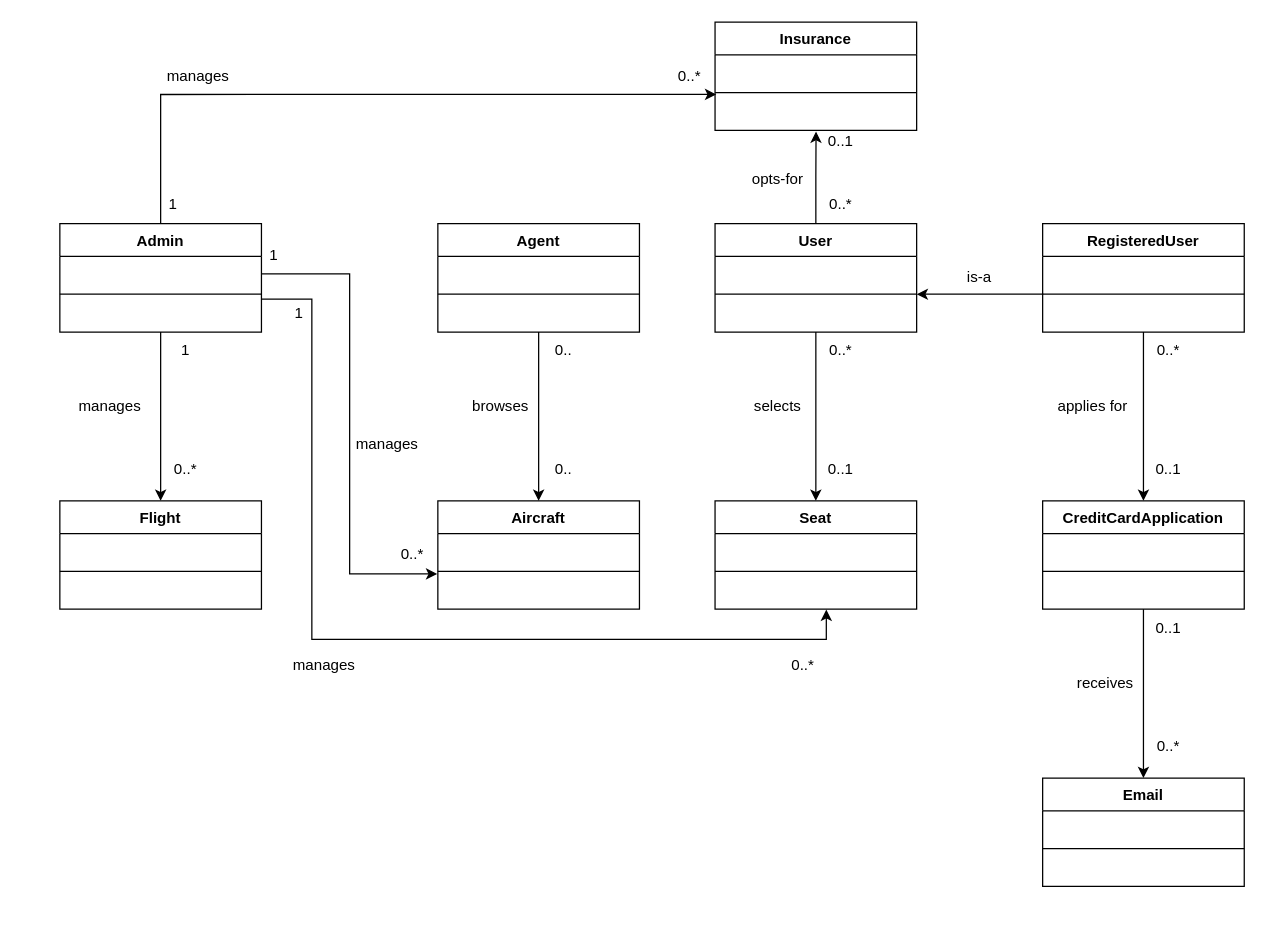
This is docs/SystemConceptualModel.drawio from Not-Nimna/flight_reservation, a draw.io file, before an edit. Source tidied: cells renumbered, new cells numbered last; positions are measured from the earlier drawing's top-left corner, leaving out a move shared by most shapes. Both pictures are drawn from the tidied source at 126%, with x=0, y=0 at pixel (59, 21).
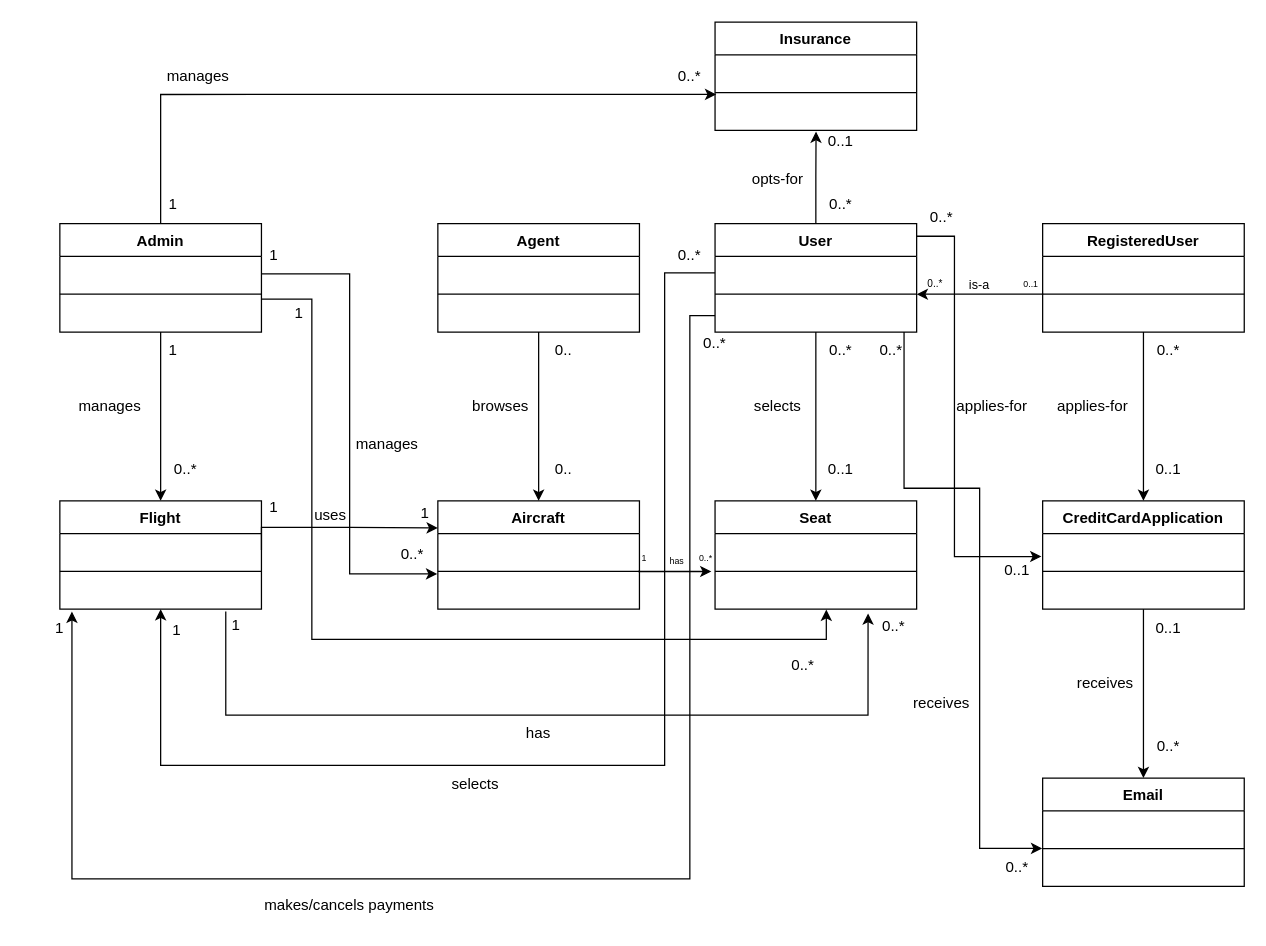
Above is the later version.

Unchanged cells that the change refers to:
```xml
<mxCell id="13" value="User" style="swimlane;fontStyle=1;align=center;verticalAlign=top;horizontal=1;startSize=26;whiteSpace=wrap;html=1;" parent="1" vertex="1">
  <mxGeometry x="520" y="160" width="160" height="86" as="geometry" />
</mxCell>
<mxCell id="14" value="&amp;nbsp;" style="text;strokeColor=none;fillColor=none;align=left;verticalAlign=top;spacingLeft=4;spacingRight=4;overflow=hidden;points=[[0,0.5],[1,0.5]];portConstraint=eastwest;whiteSpace=wrap;html=1;" parent="13" vertex="1">
  <mxGeometry y="26" width="160" height="26" as="geometry" />
</mxCell>
<mxCell id="16" value="&amp;nbsp;" style="text;strokeColor=none;fillColor=none;align=left;verticalAlign=top;spacingLeft=4;spacingRight=4;overflow=hidden;points=[[0,0.5],[1,0.5]];portConstraint=eastwest;whiteSpace=wrap;html=1;" parent="13" vertex="1">
  <mxGeometry y="60" width="160" height="26" as="geometry" />
</mxCell>
<mxCell id="21" value="Flight" style="swimlane;fontStyle=1;align=center;verticalAlign=top;horizontal=1;startSize=26;whiteSpace=wrap;html=1;" parent="1" vertex="1">
  <mxGeometry y="380" width="160" height="86" as="geometry" />
</mxCell>
<mxCell id="22" value="&amp;nbsp;" style="text;strokeColor=none;fillColor=none;align=left;verticalAlign=top;spacingLeft=4;spacingRight=4;overflow=hidden;points=[[0,0.5],[1,0.5]];portConstraint=eastwest;whiteSpace=wrap;html=1;" parent="21" vertex="1">
  <mxGeometry y="26" width="160" height="26" as="geometry" />
</mxCell>
<mxCell id="24" value="&amp;nbsp;" style="text;strokeColor=none;fillColor=none;align=left;verticalAlign=top;spacingLeft=4;spacingRight=4;overflow=hidden;points=[[0,0.5],[1,0.5]];portConstraint=eastwest;whiteSpace=wrap;html=1;" parent="21" vertex="1">
  <mxGeometry y="60" width="160" height="26" as="geometry" />
</mxCell>
<mxCell id="25" value="Aircraft" style="swimlane;fontStyle=1;align=center;verticalAlign=top;horizontal=1;startSize=26;whiteSpace=wrap;html=1;" parent="1" vertex="1">
  <mxGeometry x="300" y="380" width="160" height="86" as="geometry" />
</mxCell>
<mxCell id="28" value="&amp;nbsp;" style="text;strokeColor=none;fillColor=none;align=left;verticalAlign=top;spacingLeft=4;spacingRight=4;overflow=hidden;points=[[0,0.5],[1,0.5]];portConstraint=eastwest;whiteSpace=wrap;html=1;" parent="25" vertex="1">
  <mxGeometry y="60" width="160" height="26" as="geometry" />
</mxCell>
<mxCell id="32" value="&amp;nbsp;" style="text;strokeColor=none;fillColor=none;align=left;verticalAlign=top;spacingLeft=4;spacingRight=4;overflow=hidden;points=[[0,0.5],[1,0.5]];portConstraint=eastwest;whiteSpace=wrap;html=1;" parent="29" vertex="1">
  <mxGeometry y="60" width="160" height="26" as="geometry" />
</mxCell>
<mxCell id="34" value="&amp;nbsp;" style="text;strokeColor=none;fillColor=none;align=left;verticalAlign=top;spacingLeft=4;spacingRight=4;overflow=hidden;points=[[0,0.5],[1,0.5]];portConstraint=eastwest;whiteSpace=wrap;html=1;" parent="33" vertex="1">
  <mxGeometry y="26" width="160" height="26" as="geometry" />
</mxCell>
<mxCell id="59" value="&amp;nbsp;" style="text;strokeColor=none;fillColor=none;align=left;verticalAlign=top;spacingLeft=4;spacingRight=4;overflow=hidden;points=[[0,0.5],[1,0.5]];portConstraint=eastwest;whiteSpace=wrap;html=1;" parent="56" vertex="1">
  <mxGeometry y="60" width="160" height="26" as="geometry" />
</mxCell>
```

The edit, as a diff of the source:
```diff
@@
+    <mxCell id="80" style="edgeStyle=orthogonalEdgeStyle;rounded=0;jettySize=auto;html=1;entryX=-0.006;entryY=0.7;entryDx=0;entryDy=0;entryPerimeter=0;" parent="1" edge="1" source="13" target="34">
+      <mxGeometry relative="1" as="geometry">
+        <Array as="points">
+          <mxPoint x="710" y="170" />
+          <mxPoint x="710" y="424" />
+        </Array>
+      </mxGeometry>
+    </mxCell>
+    <mxCell id="81" style="edgeStyle=orthogonalEdgeStyle;rounded=0;jettySize=auto;html=1;entryX=-0.002;entryY=-0.16;entryDx=0;entryDy=0;entryPerimeter=0;" parent="1" edge="1" source="13" target="59">
+      <mxGeometry relative="1" as="geometry">
+        <Array as="points">
+          <mxPoint x="670" y="370" />
+          <mxPoint x="730" y="370" />
+          <mxPoint x="730" y="656" />
+        </Array>
+      </mxGeometry>
+    </mxCell>
+    <mxCell id="82" style="edgeStyle=orthogonalEdgeStyle;rounded=0;jettySize=auto;html=1;exitX=0;exitY=0.5;exitDx=0;exitDy=0;entryX=0.06;entryY=1.073;entryDx=0;entryDy=0;entryPerimeter=0;" parent="1" edge="1" source="16" target="24">
+      <mxGeometry relative="1" as="geometry">
+        <Array as="points">
+          <mxPoint x="500" y="233" />
+          <mxPoint x="500" y="680" />
+          <mxPoint x="10" y="680" />
+        </Array>
+      </mxGeometry>
+    </mxCell>
@@
     <mxCell id="38" value="1" style="text;html=1;strokeColor=none;fillColor=none;align=center;verticalAlign=middle;whiteSpace=wrap;rounded=0;" parent="1" vertex="1">
-      <mxGeometry x="70" y="246" width="60" height="30" as="geometry" />
+      <mxGeometry x="60" y="246" width="60" height="30" as="geometry" />
     </mxCell>
@@
-    <mxCell id="49" value="applies for" style="text;html=1;strokeColor=none;fillColor=none;align=center;verticalAlign=middle;whiteSpace=wrap;rounded=0;" parent="1" vertex="1">
+    <mxCell id="49" value="applies-for" style="text;html=1;strokeColor=none;fillColor=none;align=center;verticalAlign=middle;whiteSpace=wrap;rounded=0;" parent="1" vertex="1">
       <mxGeometry x="790" y="290" width="60" height="30" as="geometry" />
     </mxCell>
@@
-    <mxCell id="62" value="manages" style="text;html=1;strokeColor=none;fillColor=none;align=center;verticalAlign=middle;whiteSpace=wrap;rounded=0;" parent="1" vertex="1">
-      <mxGeometry x="180" y="496" width="60" height="30" as="geometry" />
-    </mxCell>
@@
-    <mxCell id="74" value="is-a" style="text;html=1;strokeColor=none;fillColor=none;align=center;verticalAlign=middle;whiteSpace=wrap;rounded=0;" parent="1" vertex="1">
-      <mxGeometry x="700" y="188" width="60" height="30" as="geometry" />
+    <mxCell id="74" value="is-a" style="text;html=1;strokeColor=none;fillColor=none;align=center;verticalAlign=middle;whiteSpace=wrap;rounded=0;fontSize=10;" parent="1" vertex="1">
+      <mxGeometry x="700" y="193" width="60" height="30" as="geometry" />
     </mxCell>
@@
+    <mxCell id="83" style="edgeStyle=orthogonalEdgeStyle;rounded=0;jettySize=auto;html=1;entryX=0.5;entryY=1;entryDx=0;entryDy=0;" parent="1" edge="1" source="14" target="21">
+      <mxGeometry relative="1" as="geometry">
+        <Array as="points">
+          <mxPoint x="480" y="199" />
+          <mxPoint x="480" y="590" />
+          <mxPoint x="80" y="590" />
+        </Array>
+      </mxGeometry>
+    </mxCell>
+    <mxCell id="84" value="selects" style="text;html=1;strokeColor=none;fillColor=none;align=center;verticalAlign=middle;whiteSpace=wrap;rounded=0;" parent="1" vertex="1">
+      <mxGeometry x="300" y="590" width="60" height="30" as="geometry" />
+    </mxCell>
+    <mxCell id="85" value="0..*" style="text;html=1;strokeColor=none;fillColor=none;align=center;verticalAlign=middle;whiteSpace=wrap;rounded=0;" parent="1" vertex="1">
+      <mxGeometry x="470" y="170" width="60" height="30" as="geometry" />
+    </mxCell>
+    <mxCell id="86" value="1" style="text;html=1;strokeColor=none;fillColor=none;align=center;verticalAlign=middle;whiteSpace=wrap;rounded=0;" parent="1" vertex="1">
+      <mxGeometry x="63" y="468" width="60" height="30" as="geometry" />
+    </mxCell>
+    <mxCell id="87" value="0..*" style="text;html=1;strokeColor=none;fillColor=none;align=center;verticalAlign=middle;whiteSpace=wrap;rounded=0;" parent="1" vertex="1">
+      <mxGeometry x="670" y="140" width="60" height="30" as="geometry" />
+    </mxCell>
+    <mxCell id="88" value="applies-for" style="text;html=1;strokeColor=none;fillColor=none;align=center;verticalAlign=middle;whiteSpace=wrap;rounded=0;" parent="1" vertex="1">
+      <mxGeometry x="710" y="290" width="60" height="30" as="geometry" />
+    </mxCell>
+    <mxCell id="89" value="0..1" style="text;html=1;strokeColor=none;fillColor=none;align=center;verticalAlign=middle;whiteSpace=wrap;rounded=0;" parent="1" vertex="1">
+      <mxGeometry x="730" y="420" width="60" height="30" as="geometry" />
+    </mxCell>
+    <mxCell id="90" value="0..*" style="text;html=1;strokeColor=none;fillColor=none;align=center;verticalAlign=middle;whiteSpace=wrap;rounded=0;fontSize=8;" parent="1" vertex="1">
+      <mxGeometry x="665" y="193" width="60" height="30" as="geometry" />
+    </mxCell>
+    <mxCell id="91" value="0..1" style="text;html=1;strokeColor=none;fillColor=none;align=center;verticalAlign=middle;whiteSpace=wrap;rounded=0;fontSize=7;" parent="1" vertex="1">
+      <mxGeometry x="741" y="194" width="60" height="30" as="geometry" />
+    </mxCell>
+    <mxCell id="92" value="receives" style="text;html=1;strokeColor=none;fillColor=none;align=center;verticalAlign=middle;whiteSpace=wrap;rounded=0;" parent="1" vertex="1">
+      <mxGeometry x="670" y="526" width="60" height="30" as="geometry" />
+    </mxCell>
+    <mxCell id="93" value="0..*" style="text;html=1;strokeColor=none;fillColor=none;align=center;verticalAlign=middle;whiteSpace=wrap;rounded=0;" parent="1" vertex="1">
+      <mxGeometry x="630" y="246" width="60" height="30" as="geometry" />
+    </mxCell>
+    <mxCell id="94" value="0..*" style="text;html=1;strokeColor=none;fillColor=none;align=center;verticalAlign=middle;whiteSpace=wrap;rounded=0;" parent="1" vertex="1">
+      <mxGeometry x="730" y="656" width="60" height="30" as="geometry" />
+    </mxCell>
+    <mxCell id="95" value="0..*" style="text;html=1;strokeColor=none;fillColor=none;align=center;verticalAlign=middle;whiteSpace=wrap;rounded=0;" parent="1" vertex="1">
+      <mxGeometry x="490" y="240" width="60" height="30" as="geometry" />
+    </mxCell>
+    <mxCell id="96" value="makes/cancels payments" style="text;html=1;strokeColor=none;fillColor=none;align=center;verticalAlign=middle;whiteSpace=wrap;rounded=0;" parent="1" vertex="1">
+      <mxGeometry x="160" y="686" width="140" height="30" as="geometry" />
+    </mxCell>
+    <mxCell id="97" value="1" style="text;html=1;strokeColor=none;fillColor=none;align=center;verticalAlign=middle;whiteSpace=wrap;rounded=0;" parent="1" vertex="1">
+      <mxGeometry x="-30" y="466" width="60" height="30" as="geometry" />
+    </mxCell>
+    <mxCell id="98" style="edgeStyle=orthogonalEdgeStyle;rounded=0;jettySize=auto;html=1;exitX=0.823;exitY=1.073;exitDx=0;exitDy=0;exitPerimeter=0;entryX=0.759;entryY=1.13;entryDx=0;entryDy=0;entryPerimeter=0;" parent="1" edge="1" source="24" target="32">
+      <mxGeometry relative="1" as="geometry">
+        <Array as="points">
+          <mxPoint x="132" y="550" />
+          <mxPoint x="641" y="550" />
+        </Array>
+      </mxGeometry>
+    </mxCell>
+    <mxCell id="99" value="has" style="text;html=1;strokeColor=none;fillColor=none;align=center;verticalAlign=middle;whiteSpace=wrap;rounded=0;" parent="1" vertex="1">
+      <mxGeometry x="350" y="550" width="60" height="30" as="geometry" />
+    </mxCell>
+    <mxCell id="100" value="1" style="text;html=1;strokeColor=none;fillColor=none;align=center;verticalAlign=middle;whiteSpace=wrap;rounded=0;" parent="1" vertex="1">
+      <mxGeometry x="110" y="464" width="60" height="30" as="geometry" />
+    </mxCell>
+    <mxCell id="101" value="0..*" style="text;html=1;strokeColor=none;fillColor=none;align=center;verticalAlign=middle;whiteSpace=wrap;rounded=0;" parent="1" vertex="1">
+      <mxGeometry x="632" y="465" width="60" height="30" as="geometry" />
+    </mxCell>
+    <mxCell id="102" style="edgeStyle=orthogonalEdgeStyle;rounded=0;jettySize=auto;html=1;entryX=0;entryY=0.25;entryDx=0;entryDy=0;exitX=1;exitY=0.5;exitDx=0;exitDy=0;" parent="1" edge="1" source="22" target="25">
+      <mxGeometry relative="1" as="geometry">
+        <Array as="points">
+          <mxPoint x="160" y="401" />
+          <mxPoint x="230" y="401" />
+        </Array>
+      </mxGeometry>
+    </mxCell>
+    <mxCell id="103" value="uses" style="text;html=1;strokeColor=none;fillColor=none;align=center;verticalAlign=middle;whiteSpace=wrap;rounded=0;" parent="1" vertex="1">
+      <mxGeometry x="185" y="377" width="60" height="30" as="geometry" />
+    </mxCell>
+    <mxCell id="104" value="1" style="text;html=1;strokeColor=none;fillColor=none;align=center;verticalAlign=middle;whiteSpace=wrap;rounded=0;" parent="1" vertex="1">
+      <mxGeometry x="140" y="370" width="60" height="30" as="geometry" />
+    </mxCell>
+    <mxCell id="105" value="1" style="text;html=1;strokeColor=none;fillColor=none;align=center;verticalAlign=middle;whiteSpace=wrap;rounded=0;" parent="1" vertex="1">
+      <mxGeometry x="260" y="375" width="60" height="30" as="geometry" />
+    </mxCell>
+    <mxCell id="106" style="edgeStyle=orthogonalEdgeStyle;rounded=0;jettySize=auto;html=1;entryX=-0.018;entryY=-0.151;entryDx=0;entryDy=0;exitX=0.994;exitY=-0.151;exitDx=0;exitDy=0;exitPerimeter=0;entryPerimeter=0;" parent="1" edge="1" source="28" target="32">
+      <mxGeometry relative="1" as="geometry" />
+    </mxCell>
+    <mxCell id="107" value="has" style="text;html=1;strokeColor=none;fillColor=none;align=center;verticalAlign=middle;whiteSpace=wrap;rounded=0;fontSize=7;" parent="1" vertex="1">
+      <mxGeometry x="460" y="414" width="60" height="30" as="geometry" />
+    </mxCell>
+    <mxCell id="108" value="1" style="text;html=1;strokeColor=none;fillColor=none;align=center;verticalAlign=middle;whiteSpace=wrap;rounded=0;fontSize=7;" parent="1" vertex="1">
+      <mxGeometry x="434" y="411" width="60" height="30" as="geometry" />
+    </mxCell>
+    <mxCell id="109" value="0..*" style="text;html=1;strokeColor=none;fillColor=none;align=center;verticalAlign=middle;whiteSpace=wrap;rounded=0;fontSize=7;" parent="1" vertex="1">
+      <mxGeometry x="483" y="411" width="60" height="30" as="geometry" />
+    </mxCell>
```
